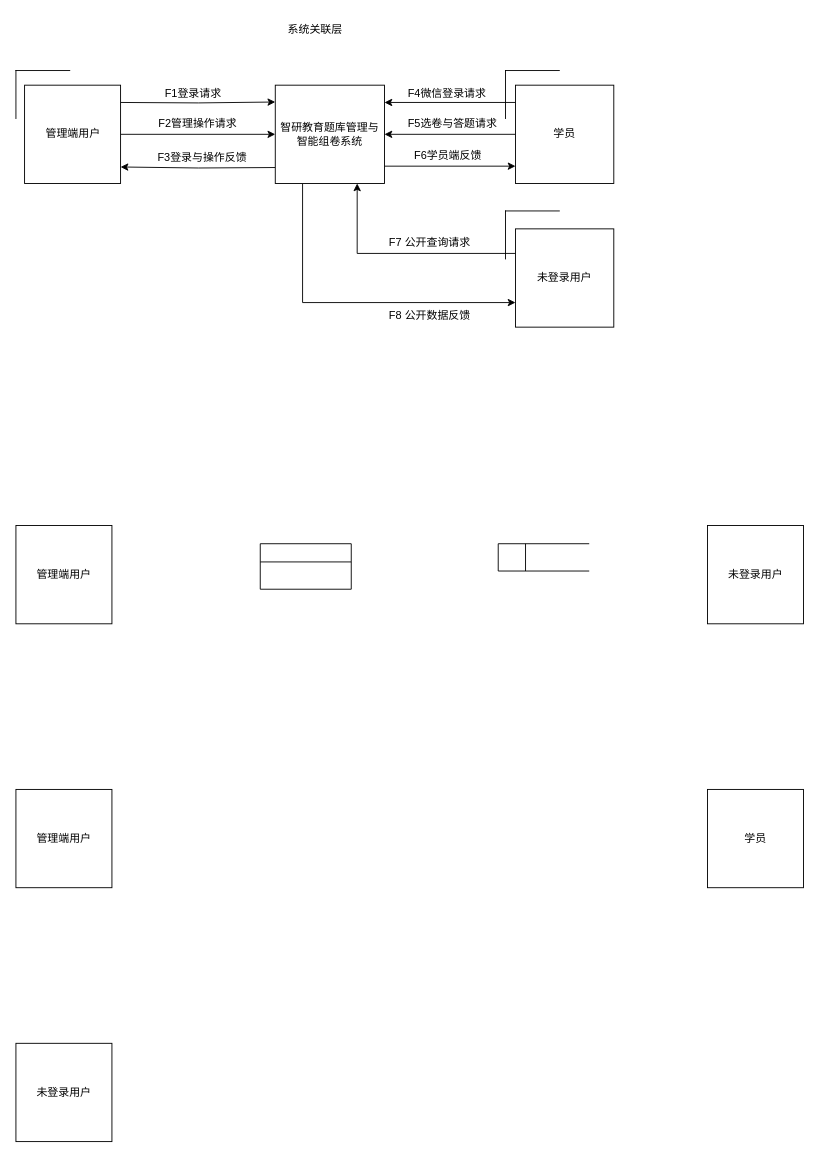
This is page "系统逻辑模型" (18 of 19) of 题库E-R.drawio from ChenLiheng/question-project, a draw.io file, before an edit. Source tidied: cells renumbered, new cells numbered last; positions are measured from the earlier drawing's top-left corner, leaving out a move shared by most shapes. Both pictures are drawn from the tidied source at 91%, with x=0, y=0 at pixel (15, 15).
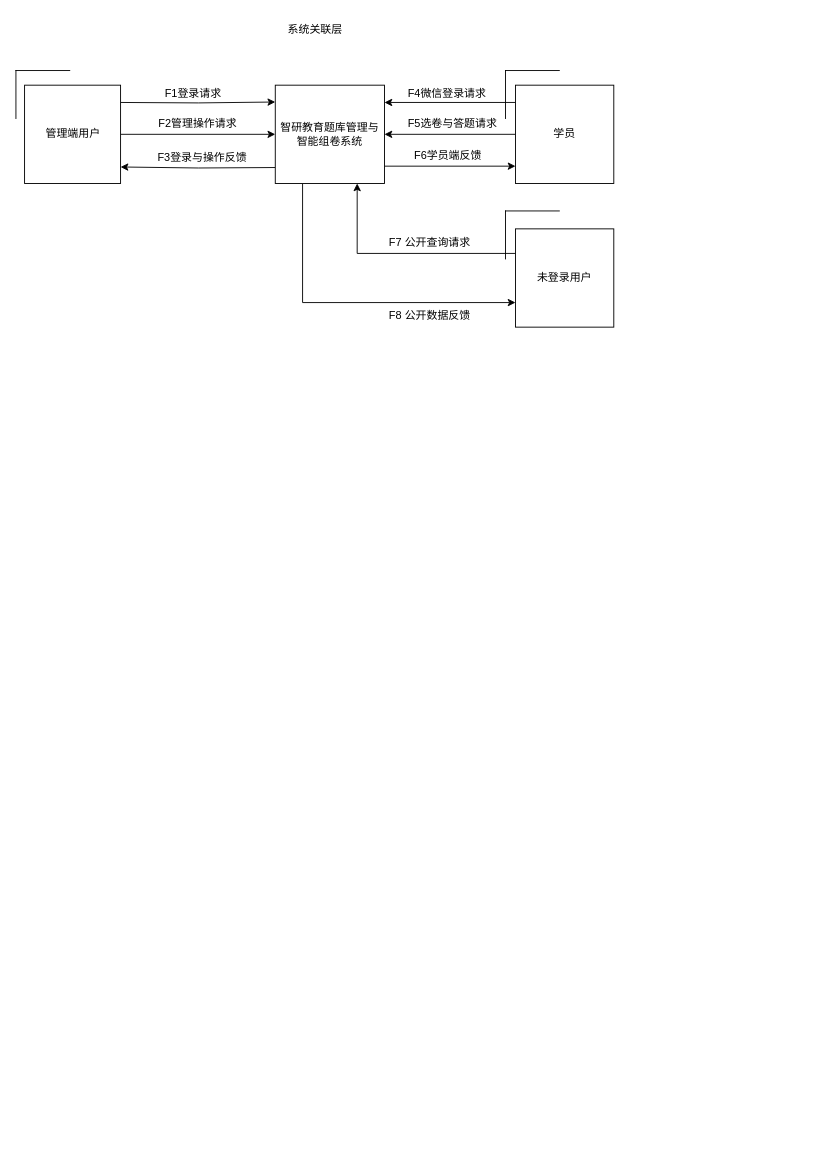
The same diagram, later.

What changed in the source:
```diff
@@
-    <mxCell id="27" value="管理端用户" style="html=1;dashed=0;whiteSpace=wrap;" parent="1" vertex="1">
-      <mxGeometry y="560" width="105.5" height="108" as="geometry" />
-    </mxCell>
-    <mxCell id="28" style="swimlane;fontStyle=0;horizontal=1;startSize=20;fillColor=#ffffff;swimlaneFillColor=#ffffff;" parent="1" vertex="1">
-      <mxGeometry x="268.5" y="580" width="100" height="50" as="geometry" />
-    </mxCell>
-    <mxCell id="29" style="html=1;dashed=0;whiteSpace=wrap;shape=mxgraph.dfd.dataStoreID;align=left;spacingLeft=3;" parent="1" vertex="1">
-      <mxGeometry x="530" y="580" width="100" height="30" as="geometry" />
-    </mxCell>
-    <mxCell id="30" value="未登录用户" style="html=1;dashed=0;whiteSpace=wrap;" parent="1" vertex="1">
-      <mxGeometry x="760" y="560" width="105.5" height="108" as="geometry" />
-    </mxCell>
-    <mxCell id="31" value="学员" style="html=1;dashed=0;whiteSpace=wrap;" parent="1" vertex="1">
-      <mxGeometry x="760" y="850" width="105.5" height="108" as="geometry" />
-    </mxCell>
-    <mxCell id="32" value="管理端用户" style="html=1;dashed=0;whiteSpace=wrap;" parent="1" vertex="1">
-      <mxGeometry y="850" width="105.5" height="108" as="geometry" />
-    </mxCell>
-    <mxCell id="33" value="未登录用户" style="html=1;dashed=0;whiteSpace=wrap;" parent="1" vertex="1">
-      <mxGeometry y="1129" width="105.5" height="108" as="geometry" />
-    </mxCell>
```
